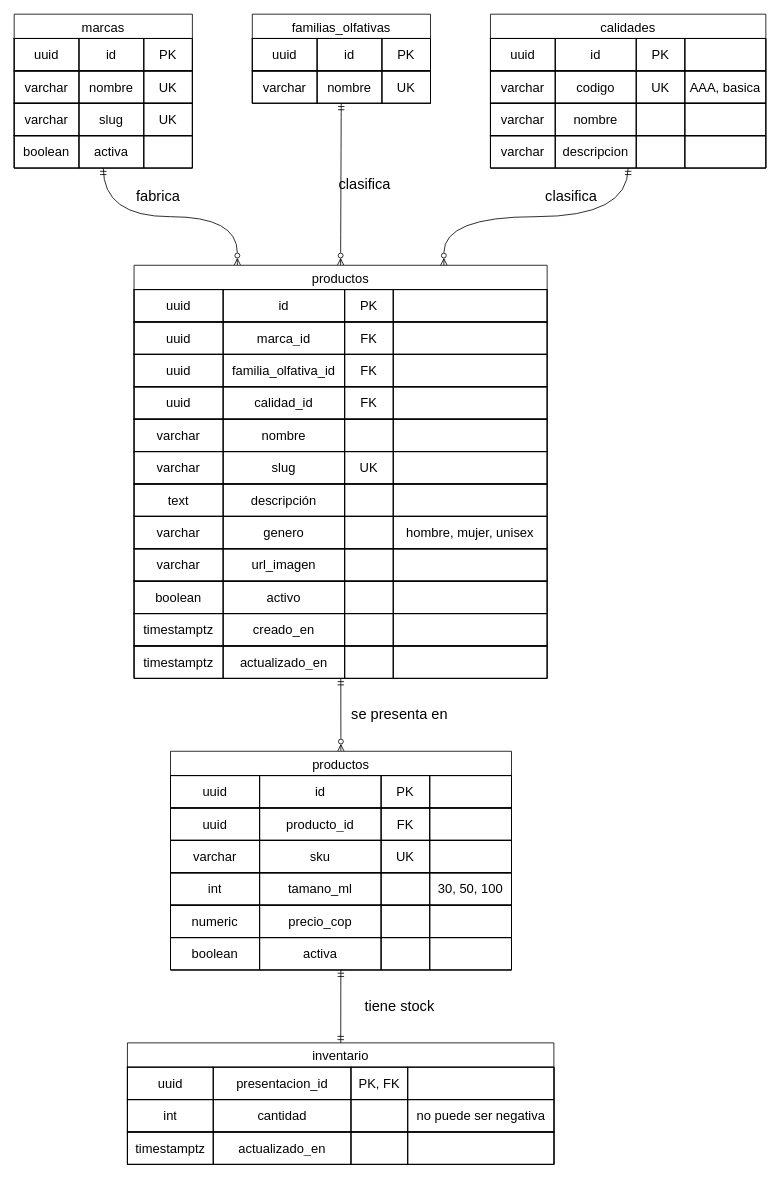
The draw.io diagram docs/diagrams/er-catalog_db.drawio in AgudeloAlexander623/PerfumesPAYDAY, before the edit. Source tidied: cells renumbered, new cells numbered last; positions are measured from the earlier drawing's top-left corner, leaving out a move shared by most shapes. Both pictures are drawn from the tidied source at 81%, with x=0, y=0 at pixel (14, 14).
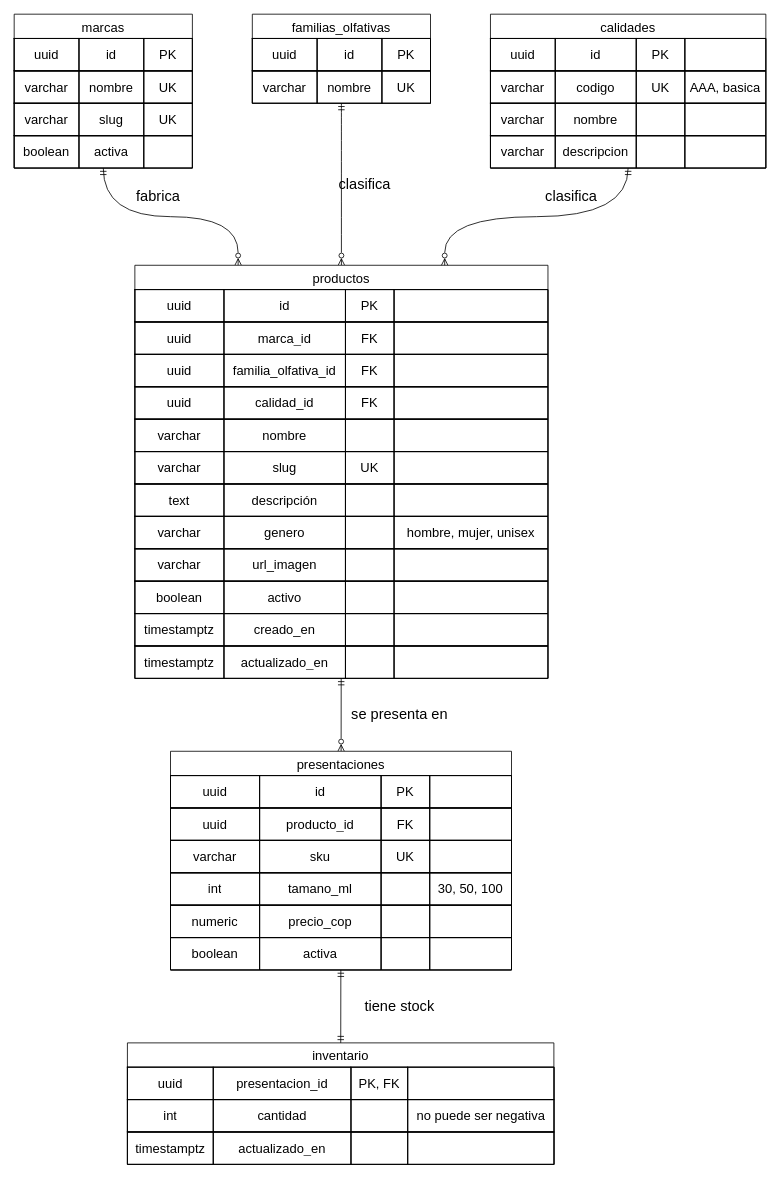
The same page after the edit.

The edit, as a diff of the source:
```diff
@@
     <mxCell id="31" value="productos" style="shape=table;tableRender=collapsed;startSize=30;childLayout=tableLayout;strokeColor=default;fontSize=16;" parent="1" vertex="1">
-      <mxGeometry x="148" y="310" width="510" height="510" as="geometry" />
+      <mxGeometry x="149" y="310" width="510" height="510" as="geometry" />
     </mxCell>
@@
-    <mxCell id="93" value="productos" style="shape=table;tableRender=collapsed;startSize=30;childLayout=tableLayout;strokeColor=default;fontSize=16;" parent="1" vertex="1">
+    <mxCell id="93" value="presentaciones" style="shape=table;tableRender=collapsed;startSize=30;childLayout=tableLayout;strokeColor=default;fontSize=16;" parent="1" vertex="1">
       <mxGeometry x="193" y="910" width="421" height="270" as="geometry" />
     </mxCell>
```
